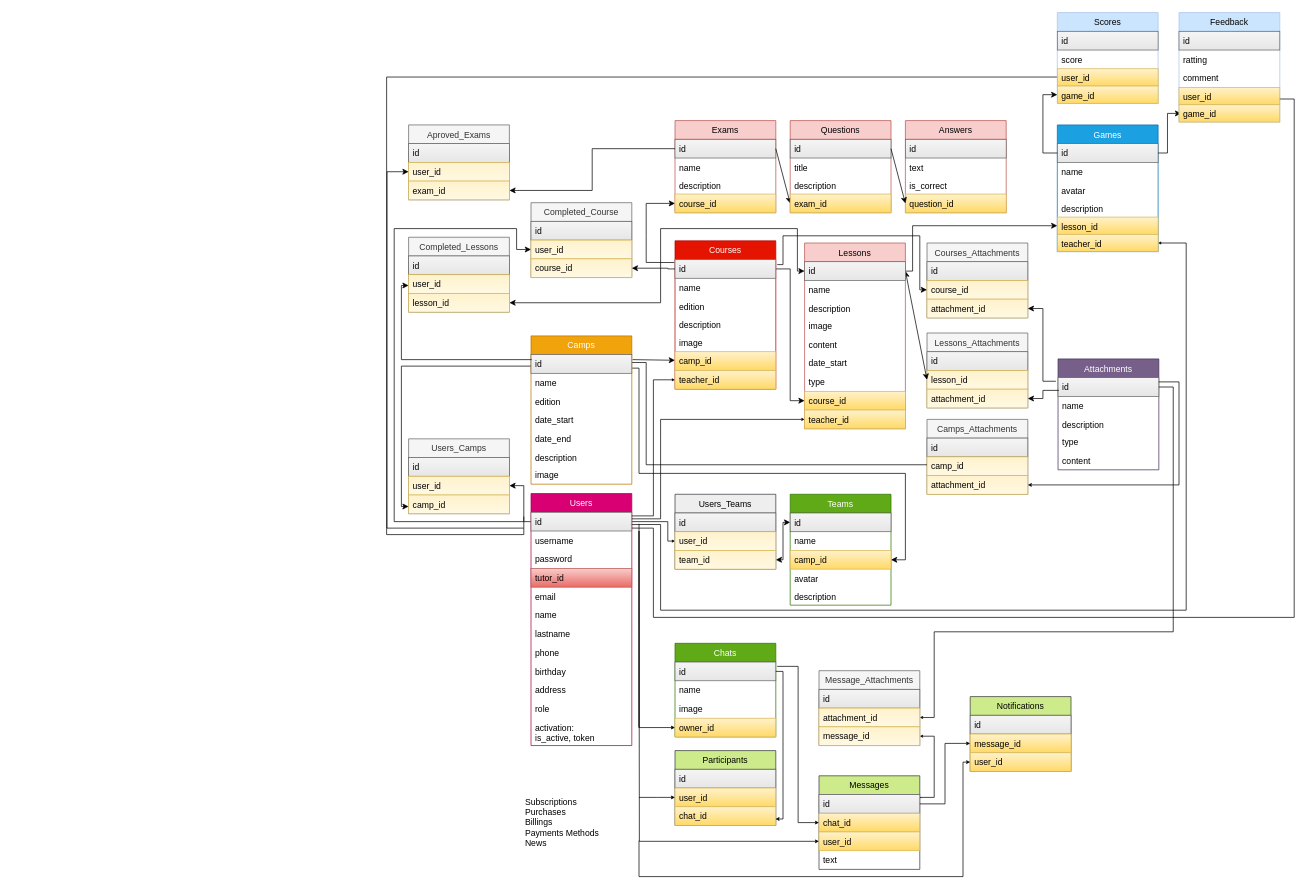
Before: bin/bbdd-game-camp.drawio in OneLifeDesigning/wellness-api, a draw.io diagram. Source tidied: cells renumbered, new cells numbered last; positions are measured from the earlier drawing's top-left corner, leaving out a move shared by most shapes. Both pictures are drawn from the tidied source at 72%, with x=0, y=0 at pixel (387, 12).
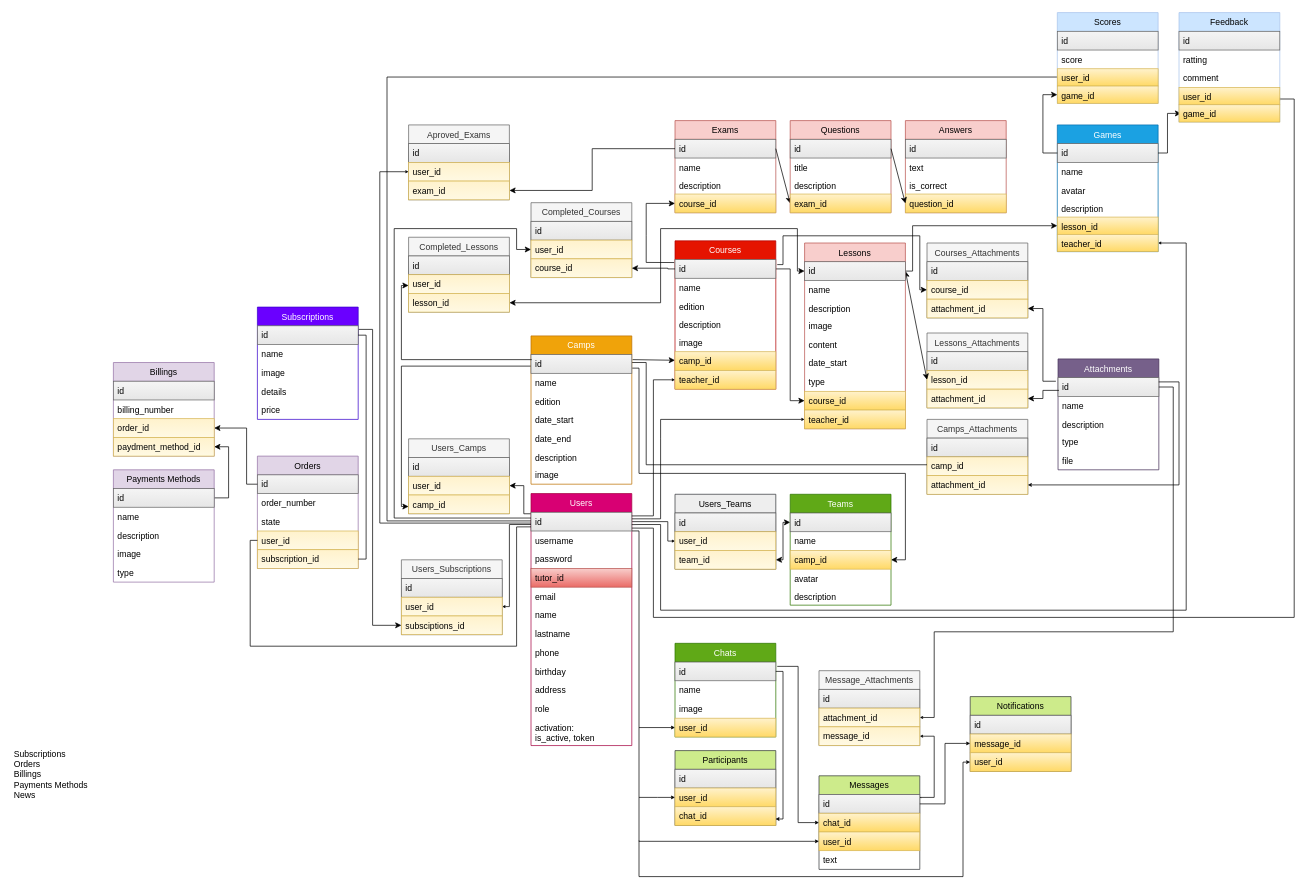
The same page after the edit.

Commit message:
ADD: Orders Scheme

Unchanged cells that the change refers to:
```xml
<mxCell id="9" value="id" style="text;align=left;verticalAlign=top;spacingLeft=4;spacingRight=4;overflow=hidden;points=[[0,0.5],[1,0.5]];portConstraint=eastwest;fillColor=#f5f5f5;strokeColor=#666666;gradientColor=#E6E6E6;" parent="8" vertex="1">
  <mxGeometry y="26" width="140" height="26" as="geometry" />
</mxCell>
<mxCell id="10" value="username" style="text;strokeColor=none;fillColor=none;align=left;verticalAlign=top;spacingLeft=4;spacingRight=4;overflow=hidden;points=[[0,0.5],[1,0.5]];portConstraint=eastwest;" parent="8" vertex="1">
  <mxGeometry y="52" width="140" height="26" as="geometry" />
</mxCell>
<mxCell id="23" value="user_id" style="text;strokeColor=#d6b656;fillColor=#fff2cc;align=left;verticalAlign=top;spacingLeft=4;spacingRight=4;overflow=hidden;points=[[0,0.5],[1,0.5]];portConstraint=eastwest;gradientColor=#FFF9E3;" parent="21" vertex="1">
  <mxGeometry y="52" width="140" height="26" as="geometry" />
</mxCell>
<mxCell id="51" value="Attachments" style="swimlane;fontStyle=0;horizontal=1;startSize=26;fillColor=#76608a;strokeColor=#432D57;fontColor=#ffffff;" parent="1" vertex="1">
  <mxGeometry x="932" y="481" width="140" height="154" as="geometry" />
</mxCell>
<mxCell id="89" value="user_id" style="text;strokeColor=#d6b656;fillColor=#fff2cc;align=left;verticalAlign=top;spacingLeft=4;spacingRight=4;overflow=hidden;points=[[0,0.5],[1,0.5]];portConstraint=eastwest;gradientColor=#FFF9E3;" parent="87" vertex="1">
  <mxGeometry y="52" width="140" height="26" as="geometry" />
</mxCell>
<mxCell id="98" value="user_id" style="text;strokeColor=#d6b656;fillColor=#fff2cc;align=left;verticalAlign=top;spacingLeft=4;spacingRight=4;overflow=hidden;points=[[0,0.5],[1,0.5]];portConstraint=eastwest;gradientColor=#FFF9E3;" parent="96" vertex="1">
  <mxGeometry y="52" width="140" height="26" as="geometry" />
</mxCell>
<mxCell id="148" value="Chats" style="swimlane;fontStyle=0;horizontal=1;startSize=26;fillColor=#60a917;strokeColor=#2D7600;fontColor=#ffffff;" parent="1" vertex="1">
  <mxGeometry x="400" y="876" width="140" height="130" as="geometry" />
</mxCell>
<mxCell id="162" value="user_id" style="text;strokeColor=#d6b656;fillColor=#fff2cc;align=left;verticalAlign=top;spacingLeft=4;spacingRight=4;overflow=hidden;points=[[0,0.5],[1,0.5]];portConstraint=eastwest;gradientColor=#ffd966;" parent="159" vertex="1">
  <mxGeometry y="78" width="140" height="26" as="geometry" />
</mxCell>
```

The edit, as a diff of the source:
```diff
@@
-    <mxCell id="4" style="edgeStyle=elbowEdgeStyle;rounded=0;jettySize=auto;html=1;exitX=1;exitY=0.5;exitDx=0;exitDy=0;entryX=0;entryY=0.5;entryDx=0;entryDy=0;endArrow=none;endFill=0;startArrow=classic;startFill=1;" parent="1" edge="1" source="23" target="9">
+    <mxCell id="4" style="edgeStyle=elbowEdgeStyle;rounded=0;jettySize=auto;html=1;exitX=1;exitY=0.5;exitDx=0;exitDy=0;endArrow=none;endFill=0;startArrow=classic;startFill=1;entryX=-0.001;entryY=0.08;entryDx=0;entryDy=0;entryPerimeter=0;" parent="1" edge="1" source="23" target="9">
       <mxGeometry relative="1" as="geometry">
         <Array as="points">
           <mxPoint x="190" y="707" />
           <mxPoint x="190" y="680" />
         </Array>
       </mxGeometry>
     </mxCell>
@@
-    <mxCell id="56" value="content" style="text;strokeColor=none;fillColor=none;align=left;verticalAlign=top;spacingLeft=4;spacingRight=4;overflow=hidden;" parent="51" vertex="1">
+    <mxCell id="56" value="file" style="text;strokeColor=none;fillColor=none;align=left;verticalAlign=top;spacingLeft=4;spacingRight=4;overflow=hidden;" parent="51" vertex="1">
       <mxGeometry y="128" width="140" height="26" as="geometry" />
     </mxCell>
@@
-    <mxCell id="86" style="edgeStyle=orthogonalEdgeStyle;rounded=0;jettySize=auto;html=1;exitX=0;exitY=0.5;exitDx=0;exitDy=0;startArrow=classic;startFill=1;endArrow=none;endFill=0;" parent="1" edge="1" source="89">
+    <mxCell id="86" style="edgeStyle=orthogonalEdgeStyle;rounded=0;jettySize=auto;html=1;exitX=0;exitY=0.5;exitDx=0;exitDy=0;startArrow=classic;startFill=1;endArrow=none;endFill=0;endSize=2;startSize=2;" parent="1" edge="1" source="89">
       <mxGeometry relative="1" as="geometry">
-        <mxPoint x="190" y="716" as="targetPoint" />
+        <mxPoint x="200" y="709" as="targetPoint" />
         <Array as="points">
-          <mxPoint y="221" />
-          <mxPoint y="716" />
+          <mxPoint x="-10" y="221" />
+          <mxPoint x="-10" y="709" />
+          <mxPoint x="200" y="709" />
         </Array>
       </mxGeometry>
     </mxCell>
@@
-    <mxCell id="96" value="Completed_Course" style="swimlane;fontStyle=0;horizontal=1;startSize=26;fillColor=#f5f5f5;strokeColor=#666666;fontColor=#333333;" parent="1" vertex="1">
+    <mxCell id="96" value="Completed_Courses" style="swimlane;fontStyle=0;horizontal=1;startSize=26;fillColor=#f5f5f5;strokeColor=#666666;fontColor=#333333;" parent="1" vertex="1">
       <mxGeometry x="200" y="264" width="140" height="104" as="geometry" />
     </mxCell>
@@
     <mxCell id="100" style="edgeStyle=orthogonalEdgeStyle;rounded=0;jettySize=auto;html=1;exitX=0;exitY=0.5;exitDx=0;exitDy=0;startArrow=classic;startFill=1;endArrow=none;endFill=0;" parent="1" edge="1" source="98">
       <mxGeometry relative="1" as="geometry">
-        <mxPoint x="190" y="707" as="targetPoint" />
+        <mxPoint x="200" y="702" as="targetPoint" />
         <Array as="points">
           <mxPoint x="180" y="329" />
           <mxPoint x="180" y="300" />
           <mxPoint x="10" y="300" />
-          <mxPoint x="10" y="707" />
+          <mxPoint x="10" y="702" />
+          <mxPoint x="200" y="702" />
         </Array>
       </mxGeometry>
     </mxCell>
@@
-    <mxCell id="110" style="edgeStyle=orthogonalEdgeStyle;rounded=0;orthogonalLoop=1;jettySize=auto;html=1;exitX=0;exitY=0.75;exitDx=0;exitDy=0;startArrow=classic;startFill=1;endArrow=none;endFill=0;" parent="1" edge="1">
+    <mxCell id="110" style="edgeStyle=orthogonalEdgeStyle;rounded=0;orthogonalLoop=1;jettySize=auto;html=1;exitX=0;exitY=0.75;exitDx=0;exitDy=0;startArrow=classic;startFill=1;endArrow=none;endFill=0;endSize=2;startSize=2;" parent="1" edge="1">
       <mxGeometry relative="1" as="geometry">
         <mxPoint x="940.5" y="89.5" as="sourcePoint" />
-        <mxPoint x="190" y="700" as="targetPoint" />
+        <mxPoint x="200" y="706" as="targetPoint" />
         <Array as="points">
-          <mxPoint x="-0.5" y="89" />
-          <mxPoint x="-0.5" y="725" />
+          <mxPoint y="90" />
+          <mxPoint y="706" />
+          <mxPoint x="200" y="706" />
         </Array>
       </mxGeometry>
     </mxCell>
@@
-    <mxCell id="152" value="owner_id" style="text;strokeColor=#d6b656;fillColor=#fff2cc;align=left;verticalAlign=top;spacingLeft=4;spacingRight=4;overflow=hidden;points=[[0,0.5],[1,0.5]];portConstraint=eastwest;gradientColor=#ffd966;" parent="148" vertex="1">
+    <mxCell id="152" value="user_id" style="text;strokeColor=#d6b656;fillColor=#fff2cc;align=left;verticalAlign=top;spacingLeft=4;spacingRight=4;overflow=hidden;points=[[0,0.5],[1,0.5]];portConstraint=eastwest;gradientColor=#ffd966;" parent="148" vertex="1">
       <mxGeometry y="104" width="140" height="26" as="geometry" />
     </mxCell>
@@
-    <mxCell id="164" style="edgeStyle=orthogonalEdgeStyle;rounded=0;jettySize=auto;html=1;exitX=0;exitY=0.5;exitDx=0;exitDy=0;startArrow=classic;startFill=1;startSize=3;endArrow=none;endFill=0;endSize=3;" parent="1" edge="1" source="162">
+    <mxCell id="164" style="edgeStyle=orthogonalEdgeStyle;rounded=0;jettySize=auto;html=1;exitX=0;exitY=0.5;exitDx=0;exitDy=0;startArrow=classic;startFill=1;startSize=3;endArrow=none;endFill=0;endSize=3;entryX=1.003;entryY=-0.003;entryDx=0;entryDy=0;entryPerimeter=0;" parent="1" edge="1" source="162" target="10">
       <mxGeometry relative="1" as="geometry">
-        <mxPoint x="350" y="710" as="targetPoint" />
+        <Array as="points">
+          <mxPoint x="350" y="1151" />
+          <mxPoint x="350" y="720" />
+        </Array>
       </mxGeometry>
     </mxCell>
     <mxCell id="165" style="edgeStyle=orthogonalEdgeStyle;rounded=0;jettySize=auto;html=1;exitX=0;exitY=0.5;exitDx=0;exitDy=0;startArrow=classic;startFill=1;startSize=3;endArrow=none;endFill=0;endSize=3;" parent="1" edge="1" source="152">
       <mxGeometry relative="1" as="geometry">
         <mxPoint x="350" y="993" as="targetPoint" />
         <Array as="points">
           <mxPoint x="350" y="993" />
-          <mxPoint x="350" y="720" />
         </Array>
       </mxGeometry>
     </mxCell>
@@
-    <mxCell id="179" value="&lt;div&gt;Subscriptions&lt;/div&gt;&lt;div&gt;Purchases&lt;/div&gt;&lt;div&gt;Billings&lt;/div&gt;&lt;div&gt;Payments Methods&lt;/div&gt;&lt;div&gt;News&lt;/div&gt;" style="text;html=1;align=left;verticalAlign=middle;" parent="1" vertex="1">
-      <mxGeometry x="190" y="1085" width="120" height="80" as="geometry" />
+    <mxCell id="179" value="&lt;div&gt;Subscriptions&lt;/div&gt;&lt;div&gt;Orders&lt;/div&gt;&lt;div&gt;Billings&lt;/div&gt;&lt;div&gt;Payments Methods&lt;/div&gt;&lt;div&gt;News&lt;/div&gt;" style="text;html=1;align=left;verticalAlign=middle;" parent="1" vertex="1">
+      <mxGeometry x="-520" y="1018" width="120" height="80" as="geometry" />
     </mxCell>
+    <mxCell id="180" value="Users_Subscriptions" style="swimlane;fontStyle=0;horizontal=1;startSize=26;fillColor=#f5f5f5;strokeColor=#666666;fontColor=#333333;" parent="1" vertex="1">
+      <mxGeometry x="20" y="760" width="140" height="104" as="geometry" />
+    </mxCell>
+    <mxCell id="181" value="id" style="text;strokeColor=#666666;fillColor=#f5f5f5;align=left;verticalAlign=top;spacingLeft=4;spacingRight=4;overflow=hidden;gradientColor=#E6E6E6;" parent="180" vertex="1">
+      <mxGeometry y="26" width="140" height="26" as="geometry" />
+    </mxCell>
+    <mxCell id="182" value="user_id" style="text;strokeColor=#d6b656;fillColor=#fff2cc;align=left;verticalAlign=top;spacingLeft=4;spacingRight=4;overflow=hidden;points=[[0,0.5],[1,0.5]];portConstraint=eastwest;gradientColor=#FFF9E3;" parent="180" vertex="1">
+      <mxGeometry y="52" width="140" height="26" as="geometry" />
+    </mxCell>
+    <mxCell id="183" value="subsciptions_id" style="text;strokeColor=#d6b656;fillColor=#fff2cc;align=left;verticalAlign=top;spacingLeft=4;spacingRight=4;overflow=hidden;points=[[0,0.5],[1,0.5]];portConstraint=eastwest;gradientColor=#FFF9E3;" parent="180" vertex="1">
+      <mxGeometry y="78" width="140" height="26" as="geometry" />
+    </mxCell>
+    <mxCell id="184" style="edgeStyle=orthogonalEdgeStyle;rounded=0;jettySize=auto;html=1;exitX=0;exitY=0.5;exitDx=0;exitDy=0;entryX=1;entryY=0.25;entryDx=0;entryDy=0;endArrow=none;endFill=0;startArrow=classic;startFill=1;" parent="1" edge="1" source="183" target="186">
+      <mxGeometry relative="1" as="geometry">
+        <Array as="points">
+          <mxPoint x="-20" y="851" />
+          <mxPoint x="-20" y="440" />
+          <mxPoint x="-40" y="440" />
+        </Array>
+      </mxGeometry>
+    </mxCell>
+    <mxCell id="185" style="edgeStyle=orthogonalEdgeStyle;rounded=0;jettySize=auto;html=1;exitX=1;exitY=0.5;exitDx=0;exitDy=0;startSize=2;endSize=2;startArrow=classic;startFill=1;endArrow=none;endFill=0;" parent="1" edge="1" source="182">
+      <mxGeometry relative="1" as="geometry">
+        <mxPoint x="200" y="711" as="targetPoint" />
+        <Array as="points">
+          <mxPoint x="170" y="825" />
+          <mxPoint x="170" y="711" />
+        </Array>
+      </mxGeometry>
+    </mxCell>
+    <mxCell id="186" value="Subscriptions" style="swimlane;fontStyle=0;horizontal=1;startSize=26;fillColor=#6a00ff;strokeColor=#3700CC;fontColor=#ffffff;" parent="1" vertex="1">
+      <mxGeometry x="-180" y="409" width="140" height="156" as="geometry" />
+    </mxCell>
+    <mxCell id="187" value="id" style="text;strokeColor=#666666;fillColor=#f5f5f5;align=left;verticalAlign=top;spacingLeft=4;spacingRight=4;overflow=hidden;points=[[0,0.5],[1,0.5]];portConstraint=eastwest;gradientColor=#E6E6E6;" parent="186" vertex="1">
+      <mxGeometry y="26" width="140" height="26" as="geometry" />
+    </mxCell>
+    <mxCell id="188" value="name" style="text;strokeColor=none;fillColor=none;align=left;verticalAlign=top;spacingLeft=4;spacingRight=4;overflow=hidden;" parent="186" vertex="1">
+      <mxGeometry y="52" width="140" height="26" as="geometry" />
+    </mxCell>
+    <mxCell id="189" value="image" style="text;strokeColor=none;fillColor=none;align=left;verticalAlign=top;spacingLeft=4;spacingRight=4;overflow=hidden;" parent="186" vertex="1">
+      <mxGeometry y="78" width="140" height="26" as="geometry" />
+    </mxCell>
+    <mxCell id="190" value="details" style="text;strokeColor=none;fillColor=none;align=left;verticalAlign=top;spacingLeft=4;spacingRight=4;overflow=hidden;" parent="186" vertex="1">
+      <mxGeometry y="104" width="140" height="26" as="geometry" />
+    </mxCell>
+    <mxCell id="191" value="price" style="text;strokeColor=none;fillColor=none;align=left;verticalAlign=top;spacingLeft=4;spacingRight=4;overflow=hidden;" parent="186" vertex="1">
+      <mxGeometry y="130" width="140" height="26" as="geometry" />
+    </mxCell>
+    <mxCell id="192" value="Orders" style="swimlane;fontStyle=0;horizontal=1;startSize=26;fillColor=#e1d5e7;strokeColor=#9673a6;" parent="1" vertex="1">
+      <mxGeometry x="-180" y="616" width="140" height="156" as="geometry" />
+    </mxCell>
+    <mxCell id="193" value="id" style="text;strokeColor=#666666;fillColor=#f5f5f5;align=left;verticalAlign=top;spacingLeft=4;spacingRight=4;overflow=hidden;points=[[0,0.5],[1,0.5]];portConstraint=eastwest;gradientColor=#E6E6E6;" parent="192" vertex="1">
+      <mxGeometry y="26" width="140" height="26" as="geometry" />
+    </mxCell>
+    <mxCell id="194" value="order_number" style="text;strokeColor=none;fillColor=none;align=left;verticalAlign=top;spacingLeft=4;spacingRight=4;overflow=hidden;" parent="192" vertex="1">
+      <mxGeometry y="52" width="140" height="26" as="geometry" />
+    </mxCell>
+    <mxCell id="195" value="state" style="text;strokeColor=none;fillColor=none;align=left;verticalAlign=top;spacingLeft=4;spacingRight=4;overflow=hidden;gradientColor=none;" parent="192" vertex="1">
+      <mxGeometry y="78" width="140" height="26" as="geometry" />
+    </mxCell>
+    <mxCell id="196" value="user_id" style="text;strokeColor=#d6b656;fillColor=#fff2cc;align=left;verticalAlign=top;spacingLeft=4;spacingRight=4;overflow=hidden;points=[[0,0.5],[1,0.5]];portConstraint=eastwest;gradientColor=#FFF9E3;" parent="192" vertex="1">
+      <mxGeometry y="104" width="140" height="26" as="geometry" />
+    </mxCell>
+    <mxCell id="197" value="subscription_id" style="text;strokeColor=#d6b656;fillColor=#fff2cc;align=left;verticalAlign=top;spacingLeft=4;spacingRight=4;overflow=hidden;points=[[0,0.5],[1,0.5]];portConstraint=eastwest;gradientColor=#FFF9E3;" parent="192" vertex="1">
+      <mxGeometry y="130" width="140" height="26" as="geometry" />
+    </mxCell>
+    <mxCell id="198" style="edgeStyle=orthogonalEdgeStyle;rounded=0;jettySize=auto;html=1;exitX=1;exitY=0.5;exitDx=0;exitDy=0;entryX=0;entryY=0.5;entryDx=0;entryDy=0;startArrow=classic;startFill=1;endArrow=none;endFill=0;" parent="1" edge="1" source="204" target="193">
+      <mxGeometry relative="1" as="geometry">
+        <Array as="points">
+          <mxPoint x="-195" y="577" />
+          <mxPoint x="-195" y="655" />
+        </Array>
+      </mxGeometry>
+    </mxCell>
+    <mxCell id="199" style="edgeStyle=orthogonalEdgeStyle;rounded=0;jettySize=auto;html=1;exitX=1;exitY=0.5;exitDx=0;exitDy=0;startArrow=none;startFill=0;startSize=2;endArrow=none;endFill=0;endSize=2;entryX=1;entryY=0.5;entryDx=0;entryDy=0;" parent="1" edge="1" source="197" target="187">
+      <mxGeometry relative="1" as="geometry">
+        <Array as="points">
+          <mxPoint x="-29" y="759" />
+          <mxPoint x="-29" y="448" />
+        </Array>
+      </mxGeometry>
+    </mxCell>
+    <mxCell id="200" style="edgeStyle=orthogonalEdgeStyle;rounded=0;jettySize=auto;html=1;exitX=0;exitY=0.5;exitDx=0;exitDy=0;startArrow=none;startFill=0;startSize=2;endArrow=none;endFill=0;endSize=2;entryX=0;entryY=0.779;entryDx=0;entryDy=0;entryPerimeter=0;" parent="1" edge="1" source="196" target="9">
+      <mxGeometry relative="1" as="geometry">
+        <Array as="points">
+          <mxPoint x="-190" y="733" />
+          <mxPoint x="-190" y="880" />
+          <mxPoint x="180" y="880" />
+          <mxPoint x="180" y="714" />
+          <mxPoint x="200" y="714" />
+        </Array>
+      </mxGeometry>
+    </mxCell>
+    <mxCell id="201" value="Billings" style="swimlane;fontStyle=0;horizontal=1;startSize=26;fillColor=#e1d5e7;strokeColor=#9673a6;" parent="1" vertex="1">
+      <mxGeometry x="-380" y="486" width="140" height="130" as="geometry" />
+    </mxCell>
+    <mxCell id="202" value="id" style="text;strokeColor=#666666;fillColor=#f5f5f5;align=left;verticalAlign=top;spacingLeft=4;spacingRight=4;overflow=hidden;gradientColor=#E6E6E6;" parent="201" vertex="1">
+      <mxGeometry y="26" width="140" height="26" as="geometry" />
+    </mxCell>
+    <mxCell id="203" value="billing_number" style="text;strokeColor=none;fillColor=none;align=left;verticalAlign=top;spacingLeft=4;spacingRight=4;overflow=hidden;" parent="201" vertex="1">
+      <mxGeometry y="52" width="140" height="26" as="geometry" />
+    </mxCell>
+    <mxCell id="204" value="order_id" style="text;strokeColor=#d6b656;fillColor=#fff2cc;align=left;verticalAlign=top;spacingLeft=4;spacingRight=4;overflow=hidden;points=[[0,0.5],[1,0.5]];portConstraint=eastwest;gradientColor=#FFF9E3;" parent="201" vertex="1">
+      <mxGeometry y="78" width="140" height="26" as="geometry" />
+    </mxCell>
+    <mxCell id="205" value="paydment_method_id" style="text;strokeColor=#d6b656;fillColor=#fff2cc;align=left;verticalAlign=top;spacingLeft=4;spacingRight=4;overflow=hidden;points=[[0,0.5],[1,0.5]];portConstraint=eastwest;gradientColor=#FFF9E3;" parent="201" vertex="1">
+      <mxGeometry y="104" width="140" height="26" as="geometry" />
+    </mxCell>
+    <mxCell id="206" style="edgeStyle=orthogonalEdgeStyle;rounded=0;jettySize=auto;html=1;exitX=1;exitY=0.5;exitDx=0;exitDy=0;entryX=1;entryY=0.5;entryDx=0;entryDy=0;startArrow=classic;startFill=1;endArrow=none;endFill=0;" parent="1" edge="1" source="205" target="208">
+      <mxGeometry relative="1" as="geometry">
+        <Array as="points">
+          <mxPoint x="-220" y="603" />
+          <mxPoint x="-220" y="674" />
+        </Array>
+      </mxGeometry>
+    </mxCell>
+    <mxCell id="207" value="Payments Methods" style="swimlane;fontStyle=0;horizontal=1;startSize=26;fillColor=#e1d5e7;strokeColor=#9673a6;" parent="1" vertex="1">
+      <mxGeometry x="-380" y="635" width="140" height="156" as="geometry" />
+    </mxCell>
+    <mxCell id="208" value="id" style="text;strokeColor=#666666;fillColor=#f5f5f5;align=left;verticalAlign=top;spacingLeft=4;spacingRight=4;overflow=hidden;points=[[0,0.5],[1,0.5]];portConstraint=eastwest;gradientColor=#E6E6E6;" parent="207" vertex="1">
+      <mxGeometry y="26" width="140" height="26" as="geometry" />
+    </mxCell>
+    <mxCell id="209" value="name" style="text;strokeColor=none;fillColor=none;align=left;verticalAlign=top;spacingLeft=4;spacingRight=4;overflow=hidden;" parent="207" vertex="1">
+      <mxGeometry y="52" width="140" height="26" as="geometry" />
+    </mxCell>
+    <mxCell id="210" value="description" style="text;strokeColor=none;fillColor=none;align=left;verticalAlign=top;spacingLeft=4;spacingRight=4;overflow=hidden;" parent="207" vertex="1">
+      <mxGeometry y="78" width="140" height="26" as="geometry" />
+    </mxCell>
+    <mxCell id="211" value="image" style="text;strokeColor=none;fillColor=none;align=left;verticalAlign=top;spacingLeft=4;spacingRight=4;overflow=hidden;" parent="207" vertex="1">
+      <mxGeometry y="104" width="140" height="26" as="geometry" />
+    </mxCell>
+    <mxCell id="212" value="type" style="text;strokeColor=none;fillColor=none;align=left;verticalAlign=top;spacingLeft=4;spacingRight=4;overflow=hidden;" parent="207" vertex="1">
+      <mxGeometry y="130" width="140" height="26" as="geometry" />
+    </mxCell>
```
